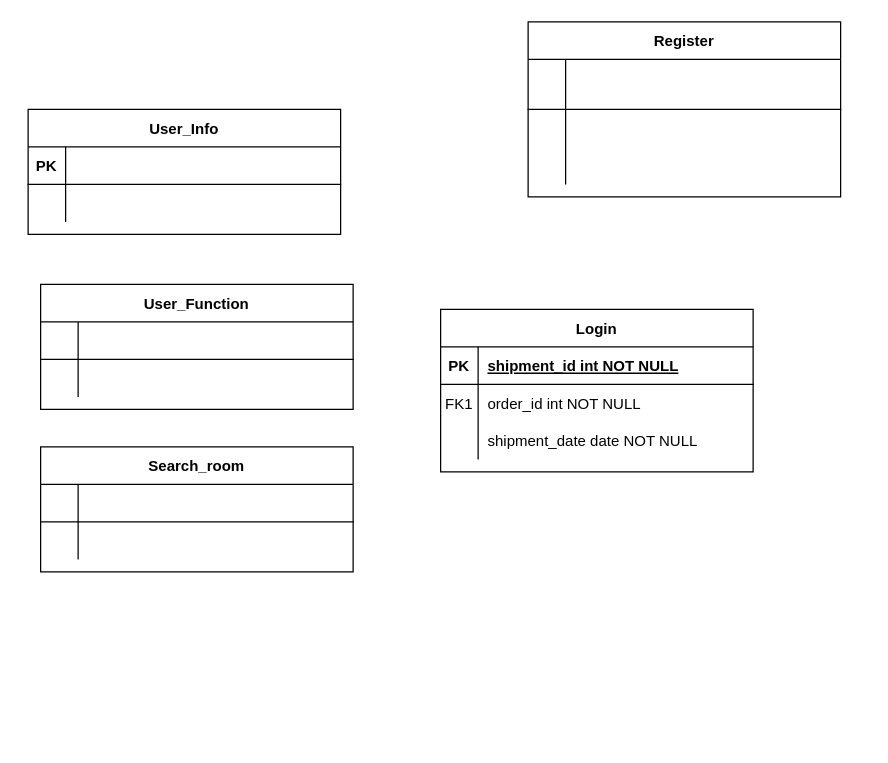
Above: Untitled Diagram.drawio in arongsnuna/rsp (draw.io), before the change. Source tidied: cells renumbered, new cells numbered last; positions are measured from the earlier drawing's top-left corner, leaving out a move shared by most shapes. Both pictures are drawn from the tidied source at 125%, with x=0, y=0 at pixel (28, 21).
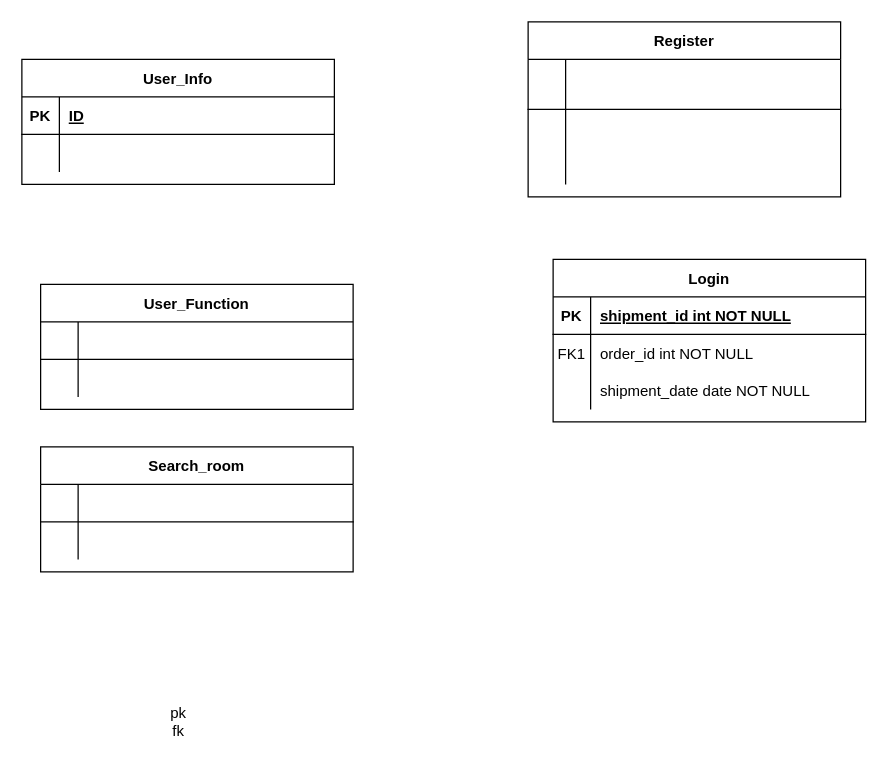
After the change.

The change refers to these unchanged cells:
```xml
<mxCell id="23" style="shape=partialRectangle;fillColor=none;top=0;left=0;right=0;bottom=1;" parent="22" vertex="1">
  <mxGeometry y="30" width="250" height="30" as="geometry" />
</mxCell>
```

Change to the diagram source:
```diff
@@
     <mxCell id="12" value="Login" style="shape=table;startSize=30;childLayout=tableLayout;rowLines=0;fontStyle=1;align=center;" parent="1" vertex="1">
-      <mxGeometry x="330" y="230" width="250" height="130" as="geometry" />
+      <mxGeometry x="420" y="190" width="250" height="130" as="geometry" />
     </mxCell>
@@
     <mxCell id="22" value="User_Info" style="shape=table;startSize=30;childLayout=tableLayout;rowLines=0;fontStyle=1;align=center;" parent="1" vertex="1">
-      <mxGeometry y="70" width="250" height="100" as="geometry" />
+      <mxGeometry x="-5" y="30" width="250" height="100" as="geometry" />
     </mxCell>
@@
-    <mxCell id="25" style="shape=partialRectangle;overflow=hidden;fillColor=none;top=0;left=0;bottom=0;right=0;align=left;spacingLeft=6;fontStyle=5;" parent="23" vertex="1">
+    <mxCell id="25" value="ID" style="shape=partialRectangle;overflow=hidden;fillColor=none;top=0;left=0;bottom=0;right=0;align=left;spacingLeft=6;fontStyle=5;" parent="23" vertex="1">
       <mxGeometry x="30" width="220" height="30" as="geometry" />
     </mxCell>
@@
+    <mxCell id="43" value="pk&lt;br&gt;fk" style="text;html=1;align=center;verticalAlign=middle;strokeColor=none;fillColor=none;" parent="1" vertex="1">
+      <mxGeometry x="105" y="545" width="30" height="30" as="geometry" />
+    </mxCell>
```
